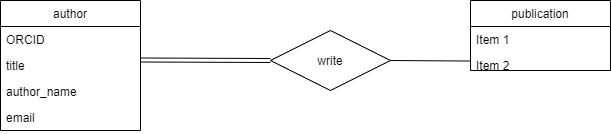
Above: Untitled Diagram.png in impulseoy/learnGit (draw.io), before the change. Source tidied: cells renumbered, new cells last; positions are measured from the earlier drawing's top-left corner, leaving out a move shared by most shapes. Its diagram source:
```xml
<mxGraphModel>
  <root>
    <mxCell id="0" />
    <mxCell id="1" parent="0" />
    <mxCell id="2" value="publication" style="swimlane;fontStyle=0;horizontal=1;startSize=26;fillColor=none;" parent="1" vertex="1">
      <mxGeometry x="470" width="140" height="70" as="geometry" />
    </mxCell>
    <mxCell id="3" value="Item 1" style="text;strokeColor=none;fillColor=none;align=left;verticalAlign=top;spacingLeft=4;spacingRight=4;overflow=hidden;" parent="2" vertex="1">
      <mxGeometry y="26" width="140" height="26" as="geometry" />
    </mxCell>
    <mxCell id="4" style="endArrow=none;html=1;" parent="2" edge="1" target="5">
      <mxGeometry relative="1" as="geometry">
        <mxPoint x="-80" y="60" as="sourcePoint" />
      </mxGeometry>
    </mxCell>
    <mxCell id="5" value="Item 2" style="text;strokeColor=none;fillColor=none;align=left;verticalAlign=top;spacingLeft=4;spacingRight=4;overflow=hidden;points=[[0,0.5],[1,0.5]];portConstraint=eastwest;" parent="2" vertex="1">
      <mxGeometry y="52" width="140" height="18" as="geometry" />
    </mxCell>
    <mxCell id="6" value="author" style="swimlane;fontStyle=0;horizontal=1;startSize=26;fillColor=none;" parent="1" vertex="1">
      <mxGeometry width="140" height="130" as="geometry" />
    </mxCell>
    <mxCell id="7" value="ORCID" style="text;strokeColor=none;fillColor=none;align=left;verticalAlign=top;spacingLeft=4;spacingRight=4;overflow=hidden;" parent="6" vertex="1">
      <mxGeometry y="26" width="140" height="26" as="geometry" />
    </mxCell>
    <mxCell id="8" value="title" style="text;strokeColor=none;fillColor=none;align=left;verticalAlign=top;spacingLeft=4;spacingRight=4;overflow=hidden;" parent="6" vertex="1">
      <mxGeometry y="52" width="140" height="26" as="geometry" />
    </mxCell>
    <mxCell id="9" value="author_name" style="text;strokeColor=none;fillColor=none;align=left;verticalAlign=top;spacingLeft=4;spacingRight=4;overflow=hidden;" parent="6" vertex="1">
      <mxGeometry y="78" width="140" height="26" as="geometry" />
    </mxCell>
    <mxCell id="10" value="email" style="text;strokeColor=none;fillColor=none;align=left;verticalAlign=top;spacingLeft=4;spacingRight=4;overflow=hidden;" parent="6" vertex="1">
      <mxGeometry y="104" width="140" height="26" as="geometry" />
    </mxCell>
    <mxCell id="11" value="write" style="shape=rhombus;perimeter=rhombusPerimeter;whiteSpace=wrap;html=1;align=center;" parent="1" vertex="1">
      <mxGeometry x="270" y="30" width="120" height="60" as="geometry" />
    </mxCell>
    <mxCell id="12" style="shape=link;html=1;rounded=0;" parent="1" edge="1">
      <mxGeometry relative="1" as="geometry">
        <mxPoint x="140" y="59.5" as="sourcePoint" />
        <mxPoint x="270" y="60" as="targetPoint" />
      </mxGeometry>
    </mxCell>
  </root>
</mxGraphModel>
```
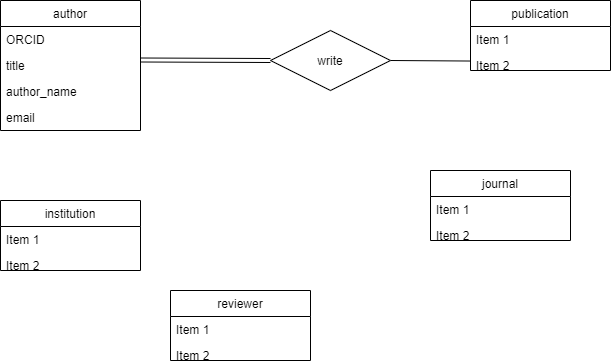
After the commit.

Change to the diagram source:
```diff
@@ -40,5 +40,32 @@
         <mxPoint x="270" y="60" as="targetPoint" />
       </mxGeometry>
     </mxCell>
+    <mxCell id="13" value="journal" style="swimlane;fontStyle=0;horizontal=1;startSize=26;fillColor=none;" parent="1" vertex="1">
+      <mxGeometry x="430" y="170" width="140" height="70" as="geometry" />
+    </mxCell>
+    <mxCell id="14" value="Item 1" style="text;strokeColor=none;fillColor=none;align=left;verticalAlign=top;spacingLeft=4;spacingRight=4;overflow=hidden;" parent="13" vertex="1">
+      <mxGeometry y="26" width="140" height="26" as="geometry" />
+    </mxCell>
+    <mxCell id="15" value="Item 2" style="text;strokeColor=none;fillColor=none;align=left;verticalAlign=top;spacingLeft=4;spacingRight=4;overflow=hidden;" parent="13" vertex="1">
+      <mxGeometry y="52" width="140" height="18" as="geometry" />
+    </mxCell>
+    <mxCell id="16" value="institution" style="swimlane;fontStyle=0;horizontal=1;startSize=26;fillColor=none;" parent="1" vertex="1">
+      <mxGeometry y="200" width="140" height="70" as="geometry" />
+    </mxCell>
+    <mxCell id="17" value="Item 1" style="text;strokeColor=none;fillColor=none;align=left;verticalAlign=top;spacingLeft=4;spacingRight=4;overflow=hidden;" parent="16" vertex="1">
+      <mxGeometry y="26" width="140" height="26" as="geometry" />
+    </mxCell>
+    <mxCell id="18" value="Item 2" style="text;strokeColor=none;fillColor=none;align=left;verticalAlign=top;spacingLeft=4;spacingRight=4;overflow=hidden;" parent="16" vertex="1">
+      <mxGeometry y="52" width="140" height="18" as="geometry" />
+    </mxCell>
+    <mxCell id="19" value="reviewer" style="swimlane;fontStyle=0;horizontal=1;startSize=26;fillColor=none;" parent="1" vertex="1">
+      <mxGeometry x="170" y="290" width="140" height="70" as="geometry" />
+    </mxCell>
+    <mxCell id="20" value="Item 1" style="text;strokeColor=none;fillColor=none;align=left;verticalAlign=top;spacingLeft=4;spacingRight=4;overflow=hidden;" parent="19" vertex="1">
+      <mxGeometry y="26" width="140" height="26" as="geometry" />
+    </mxCell>
+    <mxCell id="21" value="Item 2" style="text;strokeColor=none;fillColor=none;align=left;verticalAlign=top;spacingLeft=4;spacingRight=4;overflow=hidden;" parent="19" vertex="1">
+      <mxGeometry y="52" width="140" height="18" as="geometry" />
+    </mxCell>
   </root>
 </mxGraphModel>
```
